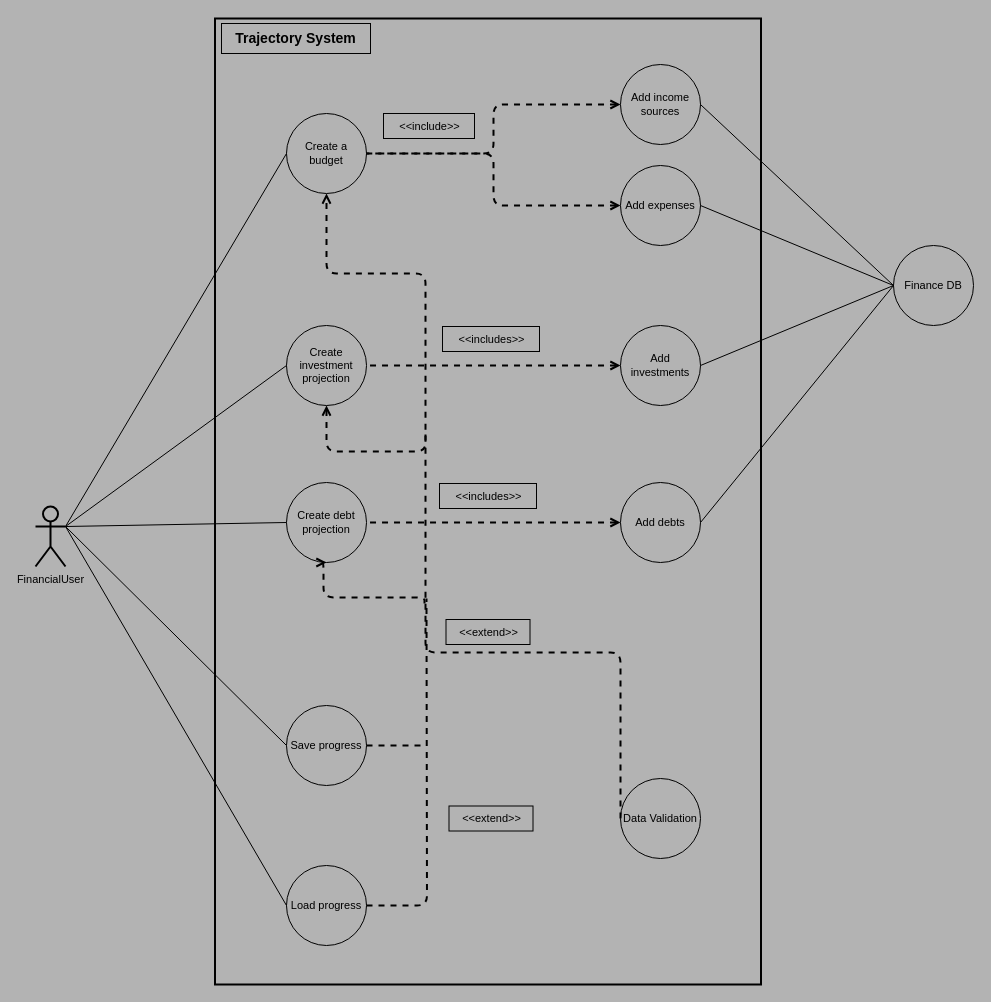
yattayattamatata/Trajectory keeps this draw.io diagram as docs/useCaseDiagram/Project_6_Use_Cases.drawio. Above is the earlier version. Source tidied: cells renumbered, new cells numbered last; positions are measured from the earlier drawing's top-left corner, leaving out a move shared by most shapes. Both pictures are drawn from the tidied source at 100%, with x=0, y=0 at pixel (35, 18).
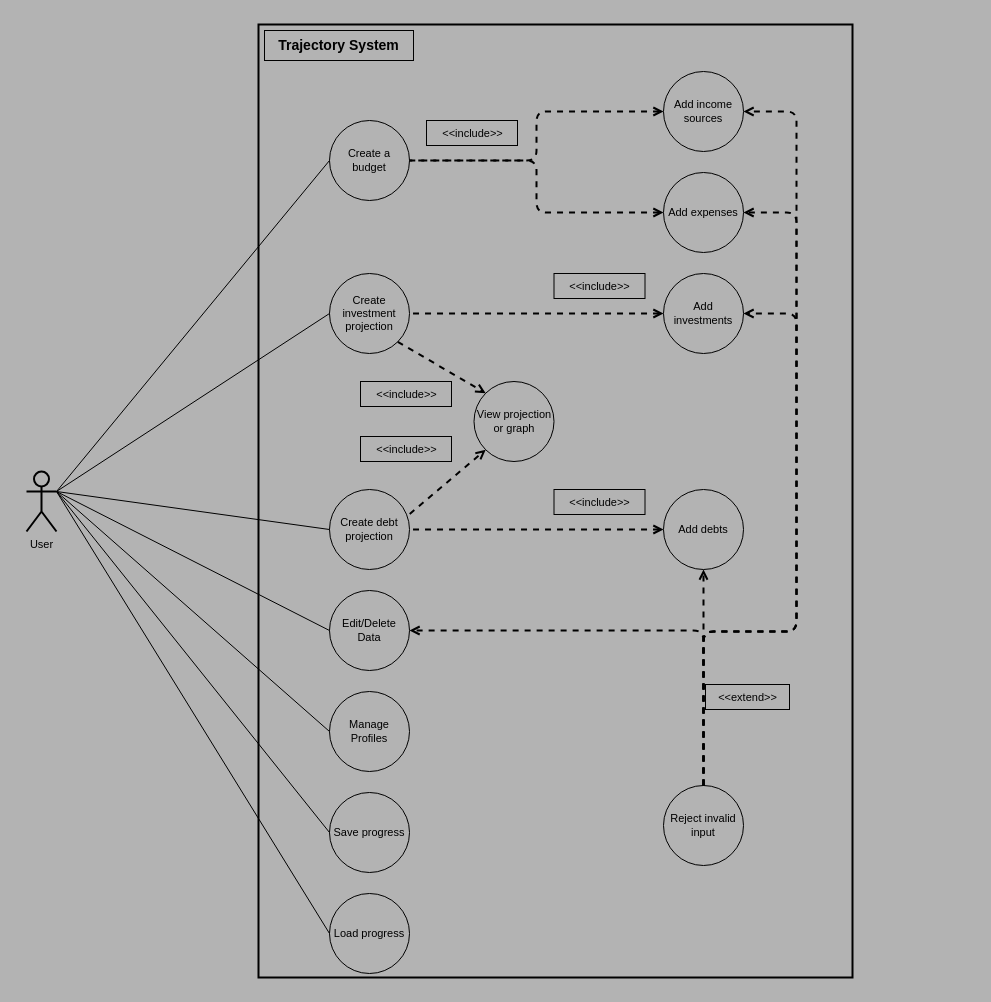
The same diagram, later.

Commit message (it also covers changes not shown here):
Updated Use Case diagrams

Added edit/delete data and manage profiles for user interactions. Added view projections as well as fixed data validation relationships.

The edit, as a diff of the source:
```diff
@@
-    <mxCell id="2" style="rounded=0;whiteSpace=wrap;html=1;fillColor=none;strokeWidth=2;fontFamily=JetBrainsMono Nerd Font;fontSize=11;strokeColor=#000000;fontColor=#000000;" parent="1" vertex="1">
-      <mxGeometry x="179.5" width="546" height="966" as="geometry" />
-    </mxCell>
-    <mxCell id="3" value="FinancialUser" style="shape=umlActor;verticalLabelPosition=bottom;verticalAlign=top;html=1;outlineConnect=0;fillColor=none;fontFamily=JetBrainsMono Nerd Font;fontSize=11;strokeColor=#000000;strokeWidth=2;fontColor=#000000;" parent="1" vertex="1">
-      <mxGeometry y="488" width="30" height="60" as="geometry" />
+    <mxCell id="3" value="User" style="shape=umlActor;verticalLabelPosition=bottom;verticalAlign=top;html=1;outlineConnect=0;fillColor=none;fontFamily=JetBrainsMono Nerd Font;fontSize=11;strokeColor=#000000;strokeWidth=2;fontColor=#000000;" parent="1" vertex="1">
+      <mxGeometry x="-9" y="453" width="30" height="60" as="geometry" />
     </mxCell>
     <mxCell id="4" value="&lt;b style=&quot;font-size: 14px;&quot;&gt;&lt;font style=&quot;font-size: 14px;&quot;&gt;Trajectory System&lt;/font&gt;&lt;/b&gt;" style="text;html=1;align=center;verticalAlign=middle;whiteSpace=wrap;rounded=0;fillColor=none;fontFamily=JetBrainsMono Nerd Font;fontSize=14;strokeColor=#000000;fontColor=#000000;" parent="1" vertex="1">
-      <mxGeometry x="186" y="5" width="149" height="30" as="geometry" />
+      <mxGeometry x="229" y="12" width="149" height="30" as="geometry" />
     </mxCell>
     <mxCell id="5" value="Create investment projection" style="ellipse;whiteSpace=wrap;html=1;fillColor=none;fontFamily=JetBrainsMono Nerd Font;fontSize=11;strokeColor=#000000;fontColor=#000000;" parent="1" vertex="1">
-      <mxGeometry x="251" y="307" width="80" height="80" as="geometry" />
+      <mxGeometry x="294" y="255" width="80" height="80" as="geometry" />
     </mxCell>
     <mxCell id="6" value="Create debt projection" style="ellipse;whiteSpace=wrap;html=1;fillColor=none;fontFamily=JetBrainsMono Nerd Font;fontSize=11;strokeColor=#000000;fontColor=#000000;" parent="1" vertex="1">
-      <mxGeometry x="251" y="464" width="80" height="80" as="geometry" />
+      <mxGeometry x="294" y="471" width="80" height="80" as="geometry" />
     </mxCell>
     <mxCell id="7" value="Create a budget" style="ellipse;whiteSpace=wrap;html=1;fillColor=none;fontFamily=JetBrainsMono Nerd Font;fontSize=11;strokeColor=#000000;fontColor=#000000;" parent="1" vertex="1">
-      <mxGeometry x="251" y="95" width="80" height="80" as="geometry" />
+      <mxGeometry x="294" y="102" width="80" height="80" as="geometry" />
     </mxCell>
     <mxCell id="8" value="Add income sources" style="ellipse;whiteSpace=wrap;html=1;fillColor=none;fontFamily=JetBrainsMono Nerd Font;fontSize=11;strokeColor=#000000;fontColor=#000000;" parent="1" vertex="1">
-      <mxGeometry x="585" y="46" width="80" height="80" as="geometry" />
+      <mxGeometry x="628" y="53" width="80" height="80" as="geometry" />
     </mxCell>
     <mxCell id="9" value="Add expenses" style="ellipse;whiteSpace=wrap;html=1;fillColor=none;fontFamily=JetBrainsMono Nerd Font;fontSize=11;strokeColor=#000000;fontColor=#000000;" parent="1" vertex="1">
-      <mxGeometry x="585" y="147" width="80" height="80" as="geometry" />
+      <mxGeometry x="628" y="154" width="80" height="80" as="geometry" />
     </mxCell>
     <mxCell id="10" value="Add investments" style="ellipse;whiteSpace=wrap;html=1;fillColor=none;fontFamily=JetBrainsMono Nerd Font;fontSize=11;strokeColor=#000000;fontColor=#000000;" parent="1" vertex="1">
-      <mxGeometry x="585" y="307" width="80" height="80" as="geometry" />
+      <mxGeometry x="628" y="255" width="80" height="80" as="geometry" />
     </mxCell>
     <mxCell id="11" value="Add debts" style="ellipse;whiteSpace=wrap;html=1;fillColor=none;fontFamily=JetBrainsMono Nerd Font;fontSize=11;strokeColor=#000000;fontColor=#000000;" parent="1" vertex="1">
-      <mxGeometry x="585" y="464" width="80" height="80" as="geometry" />
+      <mxGeometry x="628" y="471" width="80" height="80" as="geometry" />
     </mxCell>
@@
     <mxCell id="15" value="&amp;lt;&amp;lt;include&amp;gt;&amp;gt;" style="text;html=1;align=center;verticalAlign=middle;fillColor=none;fontFamily=JetBrainsMono Nerd Font;fontSize=11;strokeColor=#000000;fontColor=#000000;" parent="1" vertex="1">
-      <mxGeometry x="348" y="95" width="91" height="25" as="geometry" />
+      <mxGeometry x="391" y="102" width="91" height="25" as="geometry" />
     </mxCell>
@@
-    <mxCell id="20" value="&amp;lt;&amp;lt;includes&amp;gt;&amp;gt;" style="text;html=1;align=center;verticalAlign=middle;fillColor=none;fontFamily=JetBrainsMono Nerd Font;fontSize=11;strokeColor=#000000;fontColor=#000000;" parent="1" vertex="1">
-      <mxGeometry x="407" y="308" width="97" height="25" as="geometry" />
+    <mxCell id="20" value="&amp;lt;&amp;lt;include&amp;gt;&amp;gt;" style="text;html=1;align=center;verticalAlign=middle;fillColor=none;fontFamily=JetBrainsMono Nerd Font;fontSize=11;strokeColor=#000000;fontColor=#000000;" parent="1" vertex="1">
+      <mxGeometry x="518.5" y="255" width="91" height="25" as="geometry" />
     </mxCell>
-    <mxCell id="21" value="&amp;lt;&amp;lt;includes&amp;gt;&amp;gt;" style="text;html=1;align=center;verticalAlign=middle;fillColor=none;fontFamily=JetBrainsMono Nerd Font;fontSize=11;strokeColor=#000000;fontColor=#000000;" parent="1" vertex="1">
-      <mxGeometry x="404" y="465" width="97" height="25" as="geometry" />
+    <mxCell id="21" value="&amp;lt;&amp;lt;include&amp;gt;&amp;gt;" style="text;html=1;align=center;verticalAlign=middle;fillColor=none;fontFamily=JetBrainsMono Nerd Font;fontSize=11;strokeColor=#000000;fontColor=#000000;" parent="1" vertex="1">
+      <mxGeometry x="518.5" y="471" width="91" height="25" as="geometry" />
     </mxCell>
     <mxCell id="22" value="Save progress" style="ellipse;whiteSpace=wrap;html=1;fillColor=none;fontFamily=JetBrainsMono Nerd Font;fontSize=11;strokeColor=#000000;fontColor=#000000;" parent="1" vertex="1">
-      <mxGeometry x="251" y="687" width="80" height="80" as="geometry" />
+      <mxGeometry x="294" y="774" width="80" height="80" as="geometry" />
     </mxCell>
     <mxCell id="23" value="Load progress" style="ellipse;whiteSpace=wrap;html=1;fillColor=none;fontFamily=JetBrainsMono Nerd Font;fontSize=11;strokeColor=#000000;fontColor=#000000;" parent="1" vertex="1">
-      <mxGeometry x="251" y="847" width="80" height="80" as="geometry" />
+      <mxGeometry x="294" y="875" width="80" height="80" as="geometry" />
     </mxCell>
-    <mxCell id="24" value="Finance DB" style="ellipse;whiteSpace=wrap;html=1;fillColor=none;fontFamily=JetBrainsMono Nerd Font;fontSize=11;strokeColor=#000000;fontColor=#000000;" parent="1" vertex="1">
-      <mxGeometry x="858" y="227" width="80" height="80" as="geometry" />
-    </mxCell>
-    <mxCell id="25" style="endArrow=none;html=1;entryX=1;entryY=0.5;entryDx=0;entryDy=0;exitX=0;exitY=0.5;exitDx=0;exitDy=0;fillColor=none;fontFamily=JetBrainsMono Nerd Font;fontSize=11;strokeColor=#000000;fontColor=#000000;" parent="1" edge="1" source="24" target="8">
-      <mxGeometry relative="1" as="geometry" />
-    </mxCell>
-    <mxCell id="26" style="endArrow=none;html=1;entryX=1;entryY=0.5;entryDx=0;entryDy=0;exitX=0;exitY=0.5;exitDx=0;exitDy=0;fillColor=none;fontFamily=JetBrainsMono Nerd Font;fontSize=11;strokeColor=#000000;fontColor=#000000;" parent="1" edge="1" source="24" target="9">
-      <mxGeometry relative="1" as="geometry" />
-    </mxCell>
@@
-    <mxCell id="29" style="endArrow=none;html=1;entryX=1;entryY=0.5;entryDx=0;entryDy=0;exitX=0;exitY=0.5;exitDx=0;exitDy=0;fillColor=none;fontFamily=JetBrainsMono Nerd Font;fontSize=11;strokeColor=#000000;fontColor=#000000;" parent="1" edge="1" source="24" target="10">
-      <mxGeometry relative="1" as="geometry" />
-    </mxCell>
-    <mxCell id="30" style="endArrow=none;html=1;entryX=1;entryY=0.5;entryDx=0;entryDy=0;exitX=0;exitY=0.5;exitDx=0;exitDy=0;fillColor=none;fontFamily=JetBrainsMono Nerd Font;fontSize=11;strokeColor=#000000;fontColor=#000000;" parent="1" edge="1" source="24" target="11">
-      <mxGeometry relative="1" as="geometry" />
-    </mxCell>
-    <mxCell id="31" value="Data Validation" style="ellipse;whiteSpace=wrap;html=1;fillColor=none;fontFamily=JetBrainsMono Nerd Font;fontSize=11;strokeColor=#000000;fontColor=#000000;" parent="1" vertex="1">
-      <mxGeometry x="585" y="760" width="80" height="80" as="geometry" />
+    <mxCell id="31" value="Reject invalid input" style="ellipse;whiteSpace=wrap;html=1;fillColor=none;fontFamily=JetBrainsMono Nerd Font;fontSize=11;strokeColor=#000000;fontColor=#000000;" parent="1" vertex="1">
+      <mxGeometry x="628" y="767" width="80" height="80" as="geometry" />
     </mxCell>
-    <mxCell id="32" style="endArrow=open;dashed=1;html=1;exitX=0;exitY=0.5;exitDx=0;exitDy=0;edgeStyle=orthogonalEdgeStyle;entryX=0.5;entryY=1;entryDx=0;entryDy=0;startArrow=none;startFill=0;endFill=0;fillColor=none;strokeWidth=2;fontFamily=JetBrainsMono Nerd Font;fontSize=11;strokeColor=#000000;fontColor=#000000;" parent="1" edge="1" source="31" target="7">
+    <mxCell id="32" style="endArrow=open;dashed=1;html=1;exitX=0.5;exitY=0;exitDx=0;exitDy=0;edgeStyle=orthogonalEdgeStyle;startArrow=none;startFill=0;endFill=0;fillColor=none;strokeWidth=2;fontFamily=JetBrainsMono Nerd Font;fontSize=11;strokeColor=#000000;fontColor=#000000;entryX=1;entryY=0.5;entryDx=0;entryDy=0;" parent="1" edge="1" source="31" target="9">
       <mxGeometry relative="1" as="geometry">
         <Array as="points">
-          <mxPoint x="390" y="634" />
-          <mxPoint x="390" y="255" />
-          <mxPoint x="291" y="255" />
+          <mxPoint x="668" y="613" />
+          <mxPoint x="761" y="613" />
+          <mxPoint x="761" y="194" />
         </Array>
       </mxGeometry>
     </mxCell>
-    <mxCell id="33" style="endArrow=none;dashed=1;html=1;exitX=0.5;exitY=1;exitDx=0;exitDy=0;startArrow=open;startFill=0;edgeStyle=orthogonalEdgeStyle;fillColor=none;strokeWidth=2;fontFamily=JetBrainsMono Nerd Font;fontSize=11;strokeColor=#000000;fontColor=#000000;" parent="1" edge="1" source="5">
-      <mxGeometry relative="1" as="geometry">
-        <mxPoint x="390" y="416" as="targetPoint" />
-        <Array as="points">
-          <mxPoint x="291" y="433" />
-          <mxPoint x="390" y="433" />
-        </Array>
-      </mxGeometry>
-    </mxCell>
-    <mxCell id="34" style="endArrow=none;dashed=1;html=1;exitX=0.5;exitY=1;exitDx=0;exitDy=0;startArrow=open;startFill=0;edgeStyle=orthogonalEdgeStyle;fillColor=none;strokeWidth=2;fontFamily=JetBrainsMono Nerd Font;fontSize=11;strokeColor=#000000;fontColor=#000000;" parent="1" edge="1" source="6">
-      <mxGeometry relative="1" as="geometry">
-        <mxPoint x="389" y="585" as="targetPoint" />
-        <Array as="points">
-          <mxPoint x="288" y="579" />
-          <mxPoint x="389" y="579" />
-        </Array>
-      </mxGeometry>
-    </mxCell>
-    <mxCell id="35" style="endArrow=none;dashed=1;html=1;exitX=1;exitY=0.5;exitDx=0;exitDy=0;edgeStyle=orthogonalEdgeStyle;startArrow=none;startFill=0;endFill=0;fillColor=none;strokeWidth=2;fontFamily=JetBrainsMono Nerd Font;fontSize=11;strokeColor=#000000;fontColor=#000000;" parent="1" edge="1" source="23">
-      <mxGeometry relative="1" as="geometry">
-        <mxPoint x="391" y="580" as="targetPoint" />
-      </mxGeometry>
-    </mxCell>
-    <mxCell id="36" style="endArrow=none;dashed=1;html=1;exitX=1;exitY=0.5;exitDx=0;exitDy=0;fillColor=none;strokeWidth=2;fontFamily=JetBrainsMono Nerd Font;fontSize=11;strokeColor=#000000;fontColor=#000000;" parent="1" edge="1" source="22">
-      <mxGeometry relative="1" as="geometry">
-        <mxPoint x="391" y="727" as="targetPoint" />
-      </mxGeometry>
-    </mxCell>
     <mxCell id="37" value="&amp;lt;&amp;lt;extend&amp;gt;&amp;gt;" style="text;html=1;align=center;verticalAlign=middle;fillColor=none;fontSize=11;fontFamily=JetBrainsMono Nerd Font;strokeColor=#000000;fontColor=#000000;" parent="1" vertex="1">
-      <mxGeometry x="410.5" y="601" width="84" height="25" as="geometry" />
+      <mxGeometry x="670" y="666" width="84" height="25" as="geometry" />
     </mxCell>
-    <mxCell id="38" value="&amp;lt;&amp;lt;extend&amp;gt;&amp;gt;" style="text;html=1;align=center;verticalAlign=middle;fillColor=none;fontSize=11;fontFamily=JetBrainsMono Nerd Font;strokeColor=#000000;fontColor=#000000;" parent="1" vertex="1">
-      <mxGeometry x="413.5" y="787.5" width="84" height="25" as="geometry" />
-    </mxCell>
+    <mxCell id="39" style="endArrow=open;dashed=1;html=1;exitX=0.5;exitY=0;exitDx=0;exitDy=0;edgeStyle=orthogonalEdgeStyle;startArrow=none;startFill=0;endFill=0;fillColor=none;strokeWidth=2;fontFamily=JetBrainsMono Nerd Font;fontSize=11;strokeColor=#000000;fontColor=#000000;entryX=0.5;entryY=1;entryDx=0;entryDy=0;" parent="1" edge="1" source="31" target="11">
+      <mxGeometry relative="1" as="geometry" />
+    </mxCell>
+    <mxCell id="40" style="endArrow=open;dashed=1;html=1;exitX=0.5;exitY=0;exitDx=0;exitDy=0;edgeStyle=orthogonalEdgeStyle;startArrow=none;startFill=0;endFill=0;fillColor=none;strokeWidth=2;fontFamily=JetBrainsMono Nerd Font;fontSize=11;strokeColor=#000000;fontColor=#000000;entryX=1;entryY=0.5;entryDx=0;entryDy=0;" parent="1" edge="1" source="31" target="10">
+      <mxGeometry relative="1" as="geometry">
+        <Array as="points">
+          <mxPoint x="668" y="613" />
+          <mxPoint x="761" y="613" />
+          <mxPoint x="761" y="295" />
+        </Array>
+      </mxGeometry>
+    </mxCell>
+    <mxCell id="41" style="endArrow=open;dashed=1;html=1;exitX=0.5;exitY=0;exitDx=0;exitDy=0;edgeStyle=orthogonalEdgeStyle;startArrow=none;startFill=0;endFill=0;fillColor=none;strokeWidth=2;fontFamily=JetBrainsMono Nerd Font;fontSize=11;strokeColor=#000000;fontColor=#000000;entryX=1;entryY=0.5;entryDx=0;entryDy=0;" parent="1" edge="1" source="31" target="8">
+      <mxGeometry relative="1" as="geometry">
+        <Array as="points">
+          <mxPoint x="668" y="613" />
+          <mxPoint x="761" y="613" />
+          <mxPoint x="761" y="93" />
+        </Array>
+      </mxGeometry>
+    </mxCell>
+    <mxCell id="42" value="Manage Profiles" style="ellipse;whiteSpace=wrap;html=1;fillColor=none;fontFamily=JetBrainsMono Nerd Font;fontSize=11;strokeColor=#000000;fontColor=#000000;" parent="1" vertex="1">
+      <mxGeometry x="294" y="673" width="80" height="80" as="geometry" />
+    </mxCell>
+    <mxCell id="43" style="endArrow=none;html=1;entryX=1;entryY=0.3333333333333333;entryDx=0;entryDy=0;entryPerimeter=0;exitX=0;exitY=0.5;exitDx=0;exitDy=0;fillColor=none;fontFamily=JetBrainsMono Nerd Font;fontSize=11;strokeColor=#000000;fontColor=#000000;" parent="1" edge="1" source="42" target="3">
+      <mxGeometry relative="1" as="geometry" />
+    </mxCell>
+    <mxCell id="44" value="Edit/Delete Data" style="ellipse;whiteSpace=wrap;html=1;fillColor=none;fontFamily=JetBrainsMono Nerd Font;fontSize=11;strokeColor=#000000;fontColor=#000000;" parent="1" vertex="1">
+      <mxGeometry x="294" y="572" width="80" height="80" as="geometry" />
+    </mxCell>
+    <mxCell id="45" style="endArrow=none;html=1;entryX=1;entryY=0.3333333333333333;entryDx=0;entryDy=0;entryPerimeter=0;exitX=0;exitY=0.5;exitDx=0;exitDy=0;fillColor=none;fontFamily=JetBrainsMono Nerd Font;fontSize=11;strokeColor=#000000;fontColor=#000000;" parent="1" edge="1" source="44" target="3">
+      <mxGeometry relative="1" as="geometry" />
+    </mxCell>
+    <mxCell id="46" style="endArrow=open;dashed=1;html=1;strokeColor=#000000;strokeWidth=2;exitX=0.5;exitY=0;exitDx=0;exitDy=0;startArrow=none;startFill=0;endFill=0;edgeStyle=orthogonalEdgeStyle;entryX=1;entryY=0.5;entryDx=0;entryDy=0;" parent="1" edge="1" source="31" target="44">
+      <mxGeometry relative="1" as="geometry">
+        <Array as="points">
+          <mxPoint x="668" y="612" />
+        </Array>
+      </mxGeometry>
+    </mxCell>
+    <mxCell id="47" value="View projection or graph" style="ellipse;whiteSpace=wrap;html=1;fillColor=none;fontFamily=JetBrainsMono Nerd Font;fontSize=11;strokeColor=#000000;fontColor=#000000;" parent="1" vertex="1">
+      <mxGeometry x="438.5" y="363" width="80" height="80" as="geometry" />
+    </mxCell>
+    <mxCell id="48" style="endArrow=open;dashed=1;html=1;strokeColor=#000000;strokeWidth=2;exitX=1;exitY=1;exitDx=0;exitDy=0;entryX=0;entryY=0;entryDx=0;entryDy=0;endFill=0;" parent="1" edge="1" source="5" target="47">
+      <mxGeometry relative="1" as="geometry" />
+    </mxCell>
+    <mxCell id="49" style="endArrow=open;dashed=1;html=1;strokeColor=#000000;strokeWidth=2;exitX=1.003;exitY=0.305;exitDx=0;exitDy=0;entryX=0;entryY=1;entryDx=0;entryDy=0;startArrow=none;startFill=0;endFill=0;exitPerimeter=0;" parent="1" edge="1" source="6" target="47">
+      <mxGeometry relative="1" as="geometry" />
+    </mxCell>
+    <mxCell id="50" value="&amp;lt;&amp;lt;include&amp;gt;&amp;gt;" style="text;html=1;align=center;verticalAlign=middle;fillColor=none;fontFamily=JetBrainsMono Nerd Font;fontSize=11;strokeColor=#000000;fontColor=#000000;" parent="1" vertex="1">
+      <mxGeometry x="325" y="363" width="91" height="25" as="geometry" />
+    </mxCell>
+    <mxCell id="51" value="&amp;lt;&amp;lt;include&amp;gt;&amp;gt;" style="text;html=1;align=center;verticalAlign=middle;fillColor=none;fontFamily=JetBrainsMono Nerd Font;fontSize=11;strokeColor=#000000;fontColor=#000000;" parent="1" vertex="1">
+      <mxGeometry x="325" y="418" width="91" height="25" as="geometry" />
+    </mxCell>
+    <mxCell id="52" style="rounded=0;whiteSpace=wrap;html=1;fillColor=none;strokeColor=#000000;strokeWidth=2;" parent="1" vertex="1">
+      <mxGeometry x="223" y="6" width="594" height="953" as="geometry" />
+    </mxCell>
```
